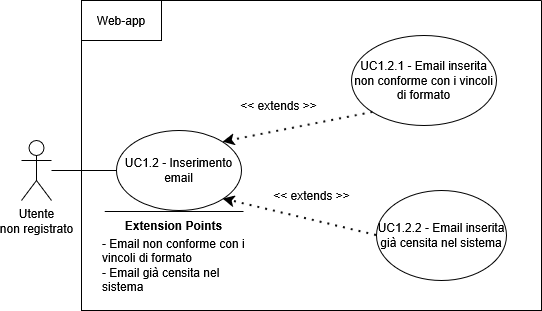
This is assets/diagrams/UC1_2.png from SkarabGroup/DocumentazioneProgetto, a draw.io export, as it was before one commit. Source tidied: cells renumbered, new cells last; positions are measured from the earlier drawing's top-left corner, leaving out a move shared by most shapes.
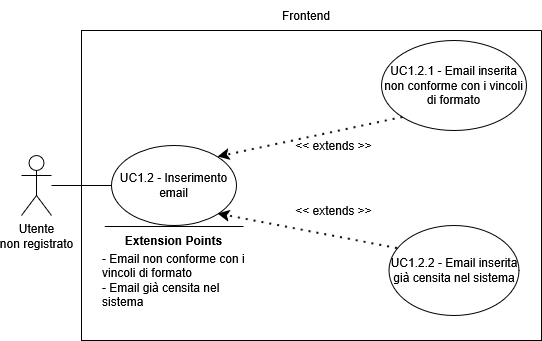
After the commit.

What changed in the source:
```diff
@@ -3,52 +3,49 @@
     <mxCell id="0" />
     <mxCell id="1" parent="0" />
     <mxCell id="2" value="&lt;div&gt;Utente&lt;/div&gt;&lt;div&gt;non registrato&lt;/div&gt;" style="shape=umlActor;verticalLabelPosition=bottom;verticalAlign=top;html=1;outlineConnect=0;" parent="1" vertex="1">
-      <mxGeometry y="140" width="30" height="60" as="geometry" />
+      <mxGeometry y="125" width="30" height="60" as="geometry" />
     </mxCell>
     <mxCell id="3" style="swimlane;startSize=0;" parent="1" vertex="1">
       <mxGeometry x="60" width="460" height="310" as="geometry" />
     </mxCell>
     <mxCell id="4" value="&lt;div&gt;UC1.2 - Inserimento email&lt;/div&gt;" style="ellipse;whiteSpace=wrap;html=1;" parent="3" vertex="1">
-      <mxGeometry x="35" y="130" width="125" height="80" as="geometry" />
+      <mxGeometry x="30" y="115" width="125" height="80" as="geometry" />
     </mxCell>
     <mxCell id="5" value="UC1.2.1 - Email inserita non conforme con i vincoli di formato" style="ellipse;whiteSpace=wrap;html=1;" parent="3" vertex="1">
-      <mxGeometry x="270" y="35" width="145" height="90" as="geometry" />
+      <mxGeometry x="300" y="10" width="145" height="90" as="geometry" />
     </mxCell>
     <mxCell id="6" style="endArrow=classic;dashed=1;html=1;dashPattern=1 3;strokeWidth=2;rounded=0;entryX=1;entryY=0;entryDx=0;entryDy=0;exitX=0;exitY=1;exitDx=0;exitDy=0;strokeColor=default;curved=0;endFill=1;endSize=6;" parent="3" edge="1" source="5" target="4">
       <mxGeometry relative="1" as="geometry" />
     </mxCell>
     <mxCell id="7" value="&lt;div&gt;&amp;lt;&amp;lt; extends &amp;gt;&amp;gt;&lt;/div&gt;" style="text;html=1;whiteSpace=wrap;strokeColor=none;fillColor=none;align=center;verticalAlign=middle;rounded=0;" parent="3" vertex="1">
-      <mxGeometry x="150" y="90" width="95" height="30" as="geometry" />
+      <mxGeometry x="205" y="100" width="95" height="30" as="geometry" />
     </mxCell>
     <mxCell id="8" value="UC1.2.2 - Email inserita già censita nel sistema" style="ellipse;whiteSpace=wrap;html=1;" parent="3" vertex="1">
-      <mxGeometry x="295" y="190" width="130" height="90" as="geometry" />
+      <mxGeometry x="307.5" y="195" width="130" height="90" as="geometry" />
     </mxCell>
-    <mxCell id="9" style="endArrow=classic;dashed=1;html=1;dashPattern=1 3;strokeWidth=2;rounded=0;entryX=1;entryY=1;entryDx=0;entryDy=0;exitX=0;exitY=0.5;exitDx=0;exitDy=0;strokeColor=default;curved=0;endFill=1;endSize=6;" parent="3" edge="1" source="8" target="4">
+    <mxCell id="9" style="endArrow=classic;dashed=1;html=1;dashPattern=1 3;strokeWidth=2;rounded=0;entryX=1;entryY=1;entryDx=0;entryDy=0;exitX=0.065;exitY=0.256;exitDx=0;exitDy=0;strokeColor=default;curved=0;endFill=1;endSize=6;exitPerimeter=0;" parent="3" edge="1" source="8" target="4">
       <mxGeometry relative="1" as="geometry" />
     </mxCell>
     <mxCell id="10" value="&amp;lt;&amp;lt; extends &amp;gt;&amp;gt;" style="text;html=1;whiteSpace=wrap;strokeColor=none;fillColor=none;align=center;verticalAlign=middle;rounded=0;" parent="3" vertex="1">
-      <mxGeometry x="182.5" y="180" width="95" height="30" as="geometry" />
+      <mxGeometry x="205" y="165" width="95" height="30" as="geometry" />
     </mxCell>
     <mxCell id="11" style="endArrow=none;html=1;rounded=0;" parent="3" edge="1">
       <mxGeometry relative="1" as="geometry">
-        <mxPoint x="162" y="211" as="sourcePoint" />
-        <mxPoint x="23.2" y="211" as="targetPoint" />
+        <mxPoint x="162" y="196" as="sourcePoint" />
+        <mxPoint x="23.2" y="196" as="targetPoint" />
       </mxGeometry>
     </mxCell>
     <mxCell id="12" value="&lt;b&gt;Extension Points&lt;/b&gt;" style="text;html=1;whiteSpace=wrap;strokeColor=none;fillColor=none;align=center;verticalAlign=middle;rounded=0;strokeWidth=5;" parent="3" vertex="1">
-      <mxGeometry x="35" y="210" width="115" height="30" as="geometry" />
+      <mxGeometry x="35" y="195" width="115" height="30" as="geometry" />
     </mxCell>
     <mxCell id="13" value="&lt;div align=&quot;left&quot;&gt;- Email non conforme con i vincoli di formato&lt;/div&gt;&lt;div align=&quot;left&quot;&gt;- Email già censita nel sistema&lt;/div&gt;" style="text;html=1;whiteSpace=wrap;strokeColor=none;fillColor=none;align=left;verticalAlign=middle;rounded=0;" parent="3" vertex="1">
-      <mxGeometry x="19" y="220" width="147" height="90" as="geometry" />
+      <mxGeometry x="19" y="205" width="147" height="90" as="geometry" />
     </mxCell>
-    <mxCell id="14" style="rounded=0;whiteSpace=wrap;html=1;" parent="3" vertex="1">
-      <mxGeometry width="80" height="40" as="geometry" />
-    </mxCell>
+    <mxCell id="16" style="endArrow=none;html=1;rounded=0;entryX=0;entryY=0.5;entryDx=0;entryDy=0;" parent="1" edge="1" source="2" target="4">
+      <mxGeometry relative="1" as="geometry" />
+    </mxCell>
-    <mxCell id="15" value="Web-app" style="text;html=1;whiteSpace=wrap;strokeColor=none;fillColor=none;align=center;verticalAlign=middle;rounded=0;" parent="3" vertex="1">
-      <mxGeometry x="10" y="5" width="60" height="30" as="geometry" />
+    <mxCell id="15" value="Frontend" style="text;html=1;whiteSpace=wrap;strokeColor=none;fillColor=none;align=center;verticalAlign=middle;rounded=0;" parent="1" vertex="1">
+      <mxGeometry x="255" y="-30" width="60" height="30" as="geometry" />
     </mxCell>
-    <mxCell id="16" style="endArrow=none;html=1;rounded=0;entryX=0;entryY=0.5;entryDx=0;entryDy=0;" parent="1" edge="1" source="2" target="4">
-      <mxGeometry relative="1" as="geometry" />
-    </mxCell>
   </root>
 </mxGraphModel>
```
